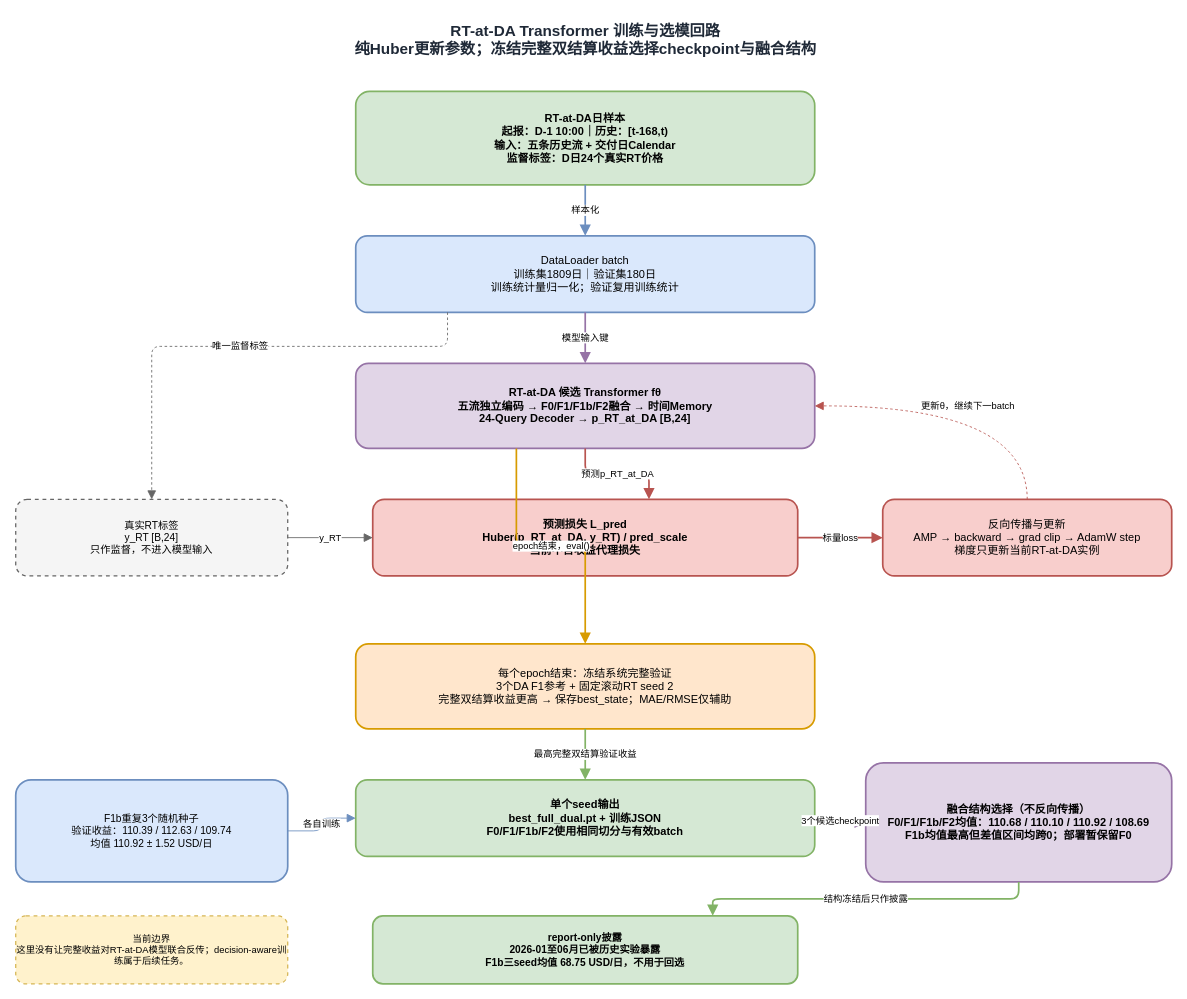
The draw.io diagram docs/rt_at_da_training_loop.drawio in lwowlwowl/electricity-price-forecasting, before the edit. Source tidied: cells renumbered, new cells numbered last; positions are measured from the earlier drawing's top-left corner, leaving out a move shared by most shapes. Both pictures are drawn from the tidied source at 85%, with x=0, y=0 at pixel (15, 14).
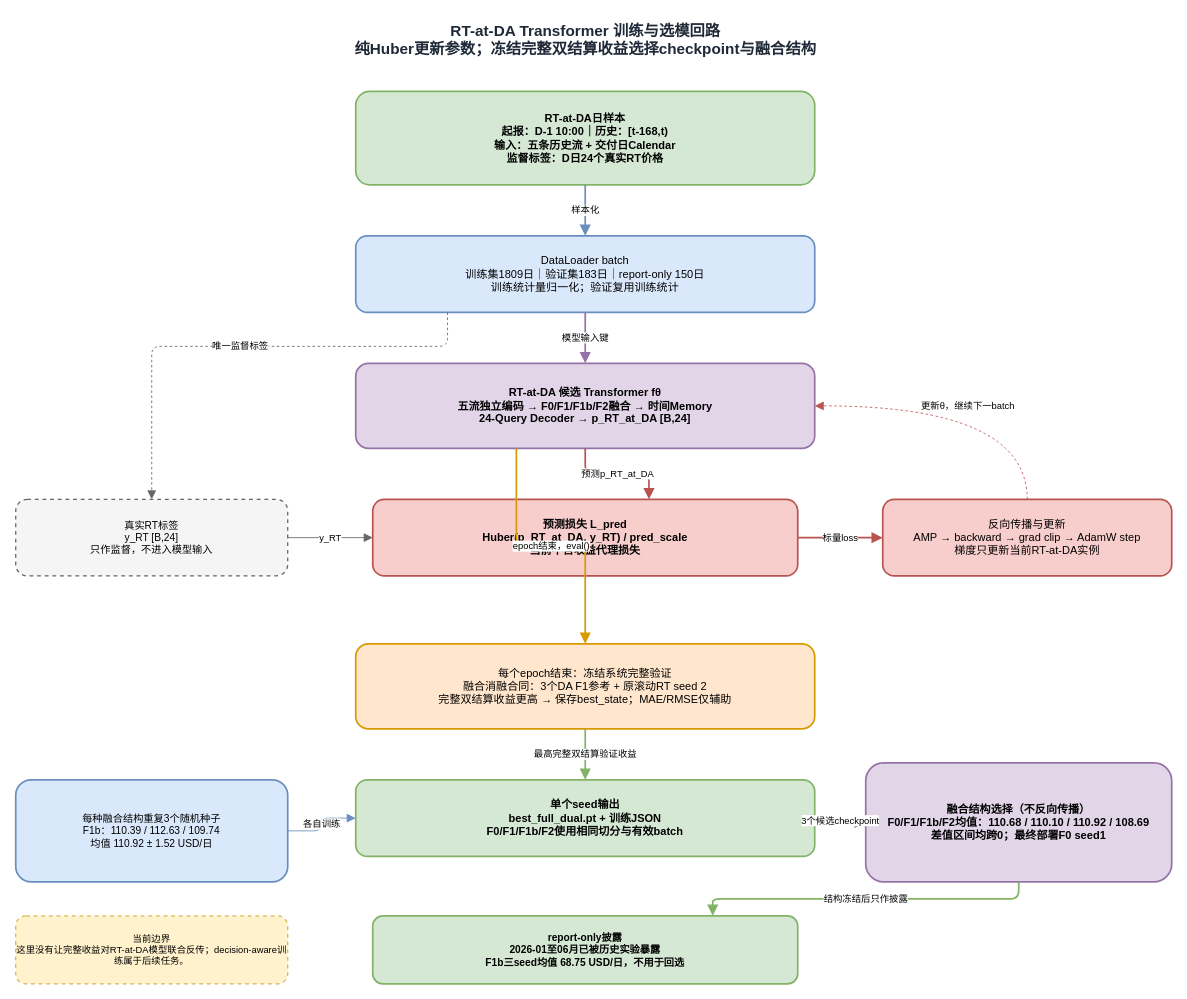
Above is the later version.

The edit, as a diff of the source:
```diff
@@
-    <mxCell id="4" value="DataLoader batch&#10;训练集1809日｜验证集180日&#10;训练统计量归一化；验证复用训练统计" style="rounded=1;whiteSpace=wrap;html=1;fillColor=#dae8fc;strokeColor=#6c8ebf;strokeWidth=2;fontSize=13;" parent="1" vertex="1">
+    <mxCell id="4" value="DataLoader batch&#10;训练集1809日｜验证集183日｜report-only 150日&#10;训练统计量归一化；验证复用训练统计" style="rounded=1;whiteSpace=wrap;html=1;fillColor=#dae8fc;strokeColor=#6c8ebf;strokeWidth=2;fontSize=13;" parent="1" vertex="1">
       <mxGeometry x="400" y="260" width="540" height="90" as="geometry" />
     </mxCell>
@@
-    <mxCell id="9" value="每个epoch结束：冻结系统完整验证&#10;3个DA F1参考 + 固定滚动RT seed 2&#10;完整双结算收益更高 → 保存best_state；MAE/RMSE仅辅助" style="rounded=1;whiteSpace=wrap;html=1;fillColor=#ffe6cc;strokeColor=#d79b00;strokeWidth=2;fontSize=13;" parent="1" vertex="1">
+    <mxCell id="9" value="每个epoch结束：冻结系统完整验证&#10;融合消融合同：3个DA F1参考 + 原滚动RT seed 2&#10;完整双结算收益更高 → 保存best_state；MAE/RMSE仅辅助" style="rounded=1;whiteSpace=wrap;html=1;fillColor=#ffe6cc;strokeColor=#d79b00;strokeWidth=2;fontSize=13;" parent="1" vertex="1">
       <mxGeometry x="400" y="740" width="540" height="100" as="geometry" />
     </mxCell>
@@
-    <mxCell id="11" value="F1b重复3个随机种子&#10;验证收益：110.39 / 112.63 / 109.74&#10;均值 110.92 ± 1.52 USD/日" style="rounded=1;whiteSpace=wrap;html=1;fillColor=#dae8fc;strokeColor=#6c8ebf;strokeWidth=2;fontSize=12;" parent="1" vertex="1">
+    <mxCell id="11" value="每种融合结构重复3个随机种子&#10;F1b：110.39 / 112.63 / 109.74&#10;均值 110.92 ± 1.52 USD/日" style="rounded=1;whiteSpace=wrap;html=1;fillColor=#dae8fc;strokeColor=#6c8ebf;strokeWidth=2;fontSize=12;" parent="1" vertex="1">
       <mxGeometry y="900" width="320" height="120" as="geometry" />
     </mxCell>
-    <mxCell id="12" value="融合结构选择（不反向传播）&#10;F0/F1/F1b/F2均值：110.68 / 110.10 / 110.92 / 108.69&#10;F1b均值最高但差值区间均跨0；部署暂保留F0" style="rounded=1;whiteSpace=wrap;html=1;fillColor=#e1d5e7;strokeColor=#9673a6;strokeWidth=2;fontSize=13;fontStyle=1;" parent="1" vertex="1">
+    <mxCell id="12" value="融合结构选择（不反向传播）&#10;F0/F1/F1b/F2均值：110.68 / 110.10 / 110.92 / 108.69&#10;差值区间均跨0；最终部署F0 seed1" style="rounded=1;whiteSpace=wrap;html=1;fillColor=#e1d5e7;strokeColor=#9673a6;strokeWidth=2;fontSize=13;fontStyle=1;" parent="1" vertex="1">
       <mxGeometry x="1000" y="880" width="360" height="140" as="geometry" />
     </mxCell>
```
